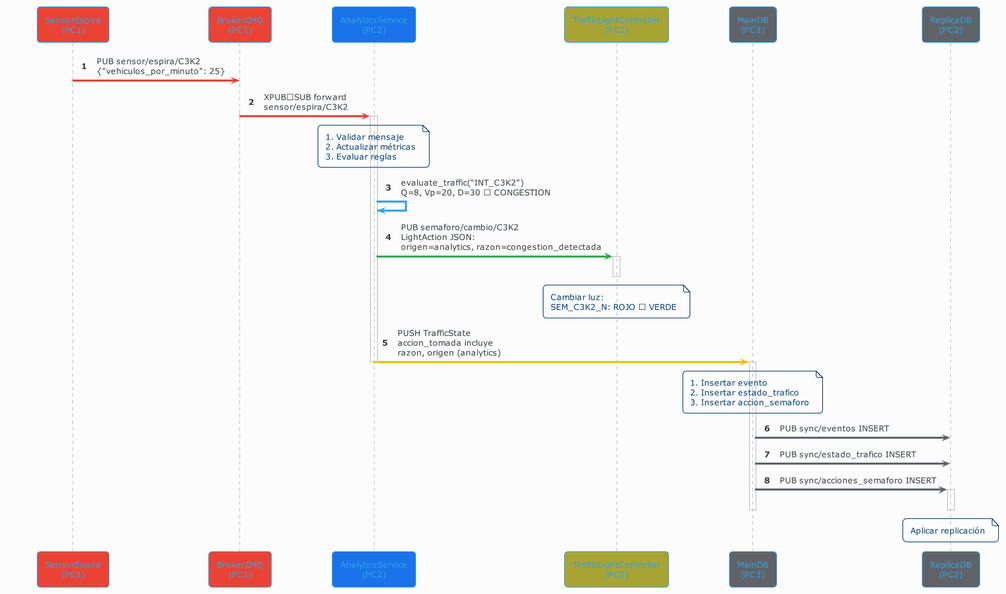
juandrodriguezf/Sistema-de-Gestion-de-Trafico-Urbano keeps this PlantUML diagram as docs/diagramas_plantUML/diagrama_secuencia.png. Above is the earlier version.
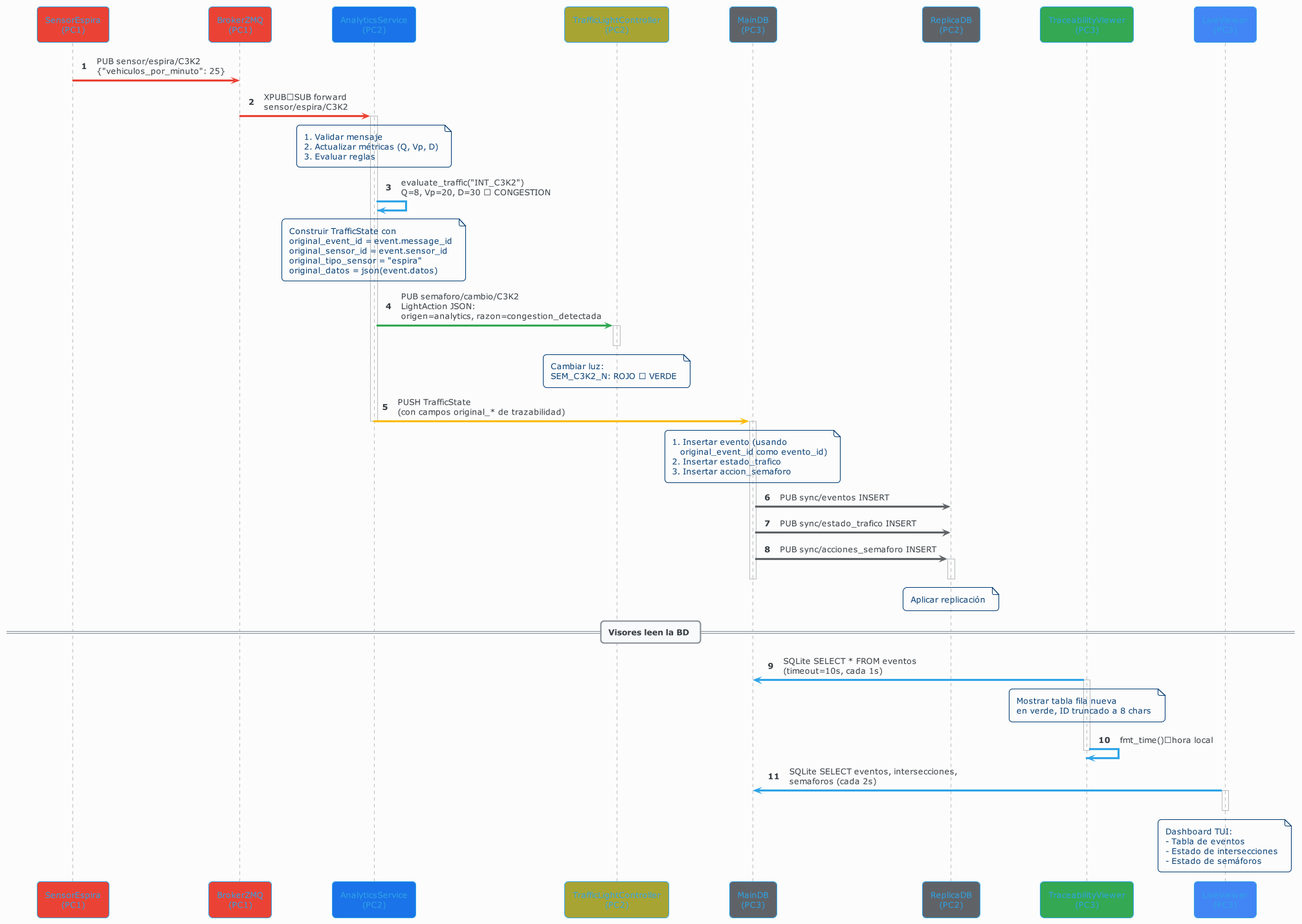
The same diagram one commit later.

The edit, as a diff of the source:
```diff
@@ -11,6 +11,8 @@
 participant "TrafficLightController\n(PC2)" as T #a8a434ff
 participant "MainDB\n(PC3)" as M #5F6368
 participant "ReplicaDB\n(PC2)" as R #5F6368
+participant "TraceabilityViewer\n(PC3)" as TV #34A853
+participant "LiveViewer\n(PC3)" as LV #4285F4
 
 autonumber
 
@@ -18,9 +20,11 @@
 B -[#EA4335]> A: XPUB→SUB forward\nsensor/espira/C3K2
 
 activate A
-    note over A: 1. Validar mensaje\n2. Actualizar métricas\n3. Evaluar reglas
+    note over A: 1. Validar mensaje\n2. Actualizar métricas (Q, Vp, D)\n3. Evaluar reglas
 
     A -> A: evaluate_traffic("INT_C3K2")\nQ=8, Vp=20, D=30 → CONGESTION
+
+    note over A: Construir TrafficState con\noriginal_event_id = event.message_id\noriginal_sensor_id = event.sensor_id\noriginal_tipo_sensor = "espira"\noriginal_datos = json(event.datos)
 
     A -[#34A853]> T: PUB semaforo/cambio/C3K2\nLightAction JSON:\norigen=analytics, razon=congestion_detectada
 
@@ -28,11 +32,11 @@
         note over T: Cambiar luz:\nSEM_C3K2_N: ROJO → VERDE
     deactivate T
 
-    A -[#FBBC05]> M: PUSH TrafficState\naccion_tomada incluye\nrazon, origen (analytics)
+    A -[#FBBC05]> M: PUSH TrafficState\n(con campos original_* de trazabilidad)
 deactivate A
 
 activate M
-    note over M: 1. Insertar evento\n2. Insertar estado_trafico\n3. Insertar accion_semaforo
+    note over M: 1. Insertar evento (usando\n   original_event_id como evento_id)\n2. Insertar estado_trafico\n3. Insertar accion_semaforo
 
     M -[#5F6368]> R: PUB sync/eventos INSERT
     M -[#5F6368]> R: PUB sync/estado_trafico INSERT
@@ -43,4 +47,17 @@
     deactivate R
 deactivate M
 
+== Visores leen la BD ==
+
+TV -> M: SQLite SELECT * FROM eventos\n(timeout=10s, cada 1s)
+activate TV
+    note over TV: Mostrar tabla fila nueva\nen verde, ID truncado a 8 chars
+    TV -> TV: fmt_time()→hora local
+deactivate TV
+
+LV -> M: SQLite SELECT eventos, intersecciones,\nsemaforos (cada 2s)
+activate LV
+    note over LV: Dashboard TUI:\n- Tabla de eventos\n- Estado de intersecciones\n- Estado de semáforos
+deactivate LV
+
 @enduml
```
